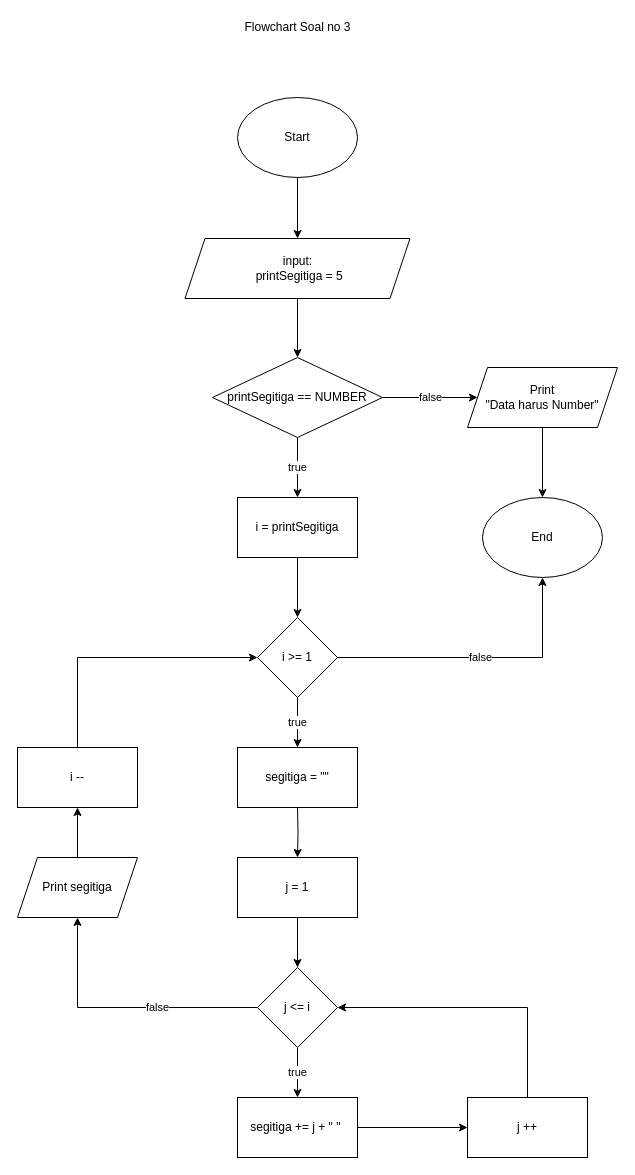
The draw.io diagram soal3SegitgaAngka.drawio in rintosaputro/fw5-additional-flowchart, before the edit. Source tidied: cells renumbered, new cells numbered last; positions are measured from the earlier drawing's top-left corner, leaving out a move shared by most shapes. Both pictures are drawn from the tidied source at 100%, with x=0, y=0 at pixel (17, 17).
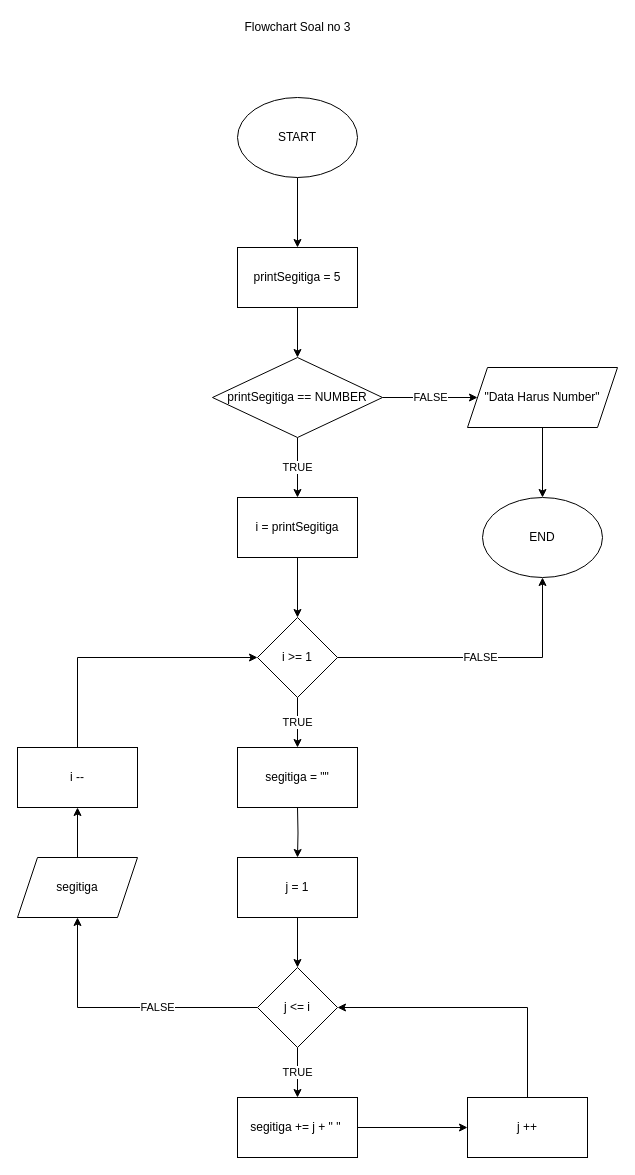
After the change.

Commit message (it also covers changes not shown here):
Perbaikan Keyword dan simbol

Unchanged cells that the change refers to:
```xml
<mxCell id="9" value="printSegitiga == NUMBER" style="rhombus;whiteSpace=wrap;html=1;" parent="1" vertex="1">
  <mxGeometry x="195" y="340" width="170" height="80" as="geometry" />
</mxCell>
<mxCell id="14" value="i = printSegitiga" style="rounded=0;whiteSpace=wrap;html=1;" parent="1" vertex="1">
  <mxGeometry x="220" y="480" width="120" height="60" as="geometry" />
</mxCell>
<mxCell id="17" value="i &amp;gt;= 1" style="rhombus;whiteSpace=wrap;html=1;" parent="1" vertex="1">
  <mxGeometry x="240" y="600" width="80" height="80" as="geometry" />
</mxCell>
<mxCell id="21" value="j &amp;lt;= i" style="rhombus;whiteSpace=wrap;html=1;" parent="1" vertex="1">
  <mxGeometry x="240" y="950" width="80" height="80" as="geometry" />
</mxCell>
<mxCell id="25" value="segitiga += j + &quot; &quot;&amp;nbsp;" style="rounded=0;whiteSpace=wrap;html=1;" parent="1" vertex="1">
  <mxGeometry x="220" y="1080" width="120" height="60" as="geometry" />
</mxCell>
```

Change to the diagram source:
```diff
@@
-    <mxCell id="3" style="edgeStyle=orthogonalEdgeStyle;rounded=0;jettySize=auto;html=1;" parent="1" edge="1" source="4" target="6">
+    <mxCell id="3" style="edgeStyle=orthogonalEdgeStyle;rounded=0;jettySize=auto;html=1;entryX=0.5;entryY=0;entryDx=0;entryDy=0;" parent="1" edge="1" source="4" target="33">
       <mxGeometry relative="1" as="geometry" />
     </mxCell>
-    <mxCell id="4" value="Start" style="ellipse;whiteSpace=wrap;html=1;" parent="1" vertex="1">
+    <mxCell id="4" value="START" style="ellipse;whiteSpace=wrap;html=1;" parent="1" vertex="1">
       <mxGeometry x="220" y="80" width="120" height="80" as="geometry" />
     </mxCell>
-    <mxCell id="5" style="edgeStyle=orthogonalEdgeStyle;rounded=0;jettySize=auto;html=1;" parent="1" edge="1" source="6">
+    <mxCell id="5" style="edgeStyle=orthogonalEdgeStyle;rounded=0;orthogonalLoop=1;jettySize=auto;html=1;" parent="1" edge="1">
       <mxGeometry relative="1" as="geometry">
+        <mxPoint x="280" y="281" as="sourcePoint" />
         <mxPoint x="280" y="340" as="targetPoint" />
       </mxGeometry>
     </mxCell>
-    <mxCell id="6" value="input:&lt;br&gt;&amp;nbsp;printSegitiga = 5" style="shape=parallelogram;perimeter=parallelogramPerimeter;whiteSpace=wrap;html=1;fixedSize=1;" parent="1" vertex="1">
-      <mxGeometry x="167.5" y="221" width="225" height="60" as="geometry" />
-    </mxCell>
-    <mxCell id="7" value="false" style="edgeStyle=orthogonalEdgeStyle;rounded=0;jettySize=auto;html=1;" parent="1" edge="1" source="9" target="11">
+    <mxCell id="7" value="FALSE" style="edgeStyle=orthogonalEdgeStyle;rounded=0;jettySize=auto;html=1;" parent="1" edge="1" source="9" target="11">
       <mxGeometry relative="1" as="geometry" />
     </mxCell>
-    <mxCell id="8" value="true" style="edgeStyle=orthogonalEdgeStyle;rounded=0;jettySize=auto;html=1;" parent="1" edge="1" source="9" target="14">
+    <mxCell id="8" value="TRUE" style="edgeStyle=orthogonalEdgeStyle;rounded=0;jettySize=auto;html=1;" parent="1" edge="1" source="9" target="14">
       <mxGeometry relative="1" as="geometry" />
     </mxCell>
@@
-    <mxCell id="11" value="Print &lt;br&gt;&quot;Data harus Number&quot;" style="shape=parallelogram;perimeter=parallelogramPerimeter;whiteSpace=wrap;html=1;fixedSize=1;" parent="1" vertex="1">
+    <mxCell id="11" value="&quot;Data Harus Number&quot;" style="shape=parallelogram;perimeter=parallelogramPerimeter;whiteSpace=wrap;html=1;fixedSize=1;" parent="1" vertex="1">
       <mxGeometry x="450" y="350" width="150" height="60" as="geometry" />
     </mxCell>
-    <mxCell id="12" value="End" style="ellipse;whiteSpace=wrap;html=1;" parent="1" vertex="1">
+    <mxCell id="12" value="END" style="ellipse;whiteSpace=wrap;html=1;" parent="1" vertex="1">
       <mxGeometry x="465" y="480" width="120" height="80" as="geometry" />
     </mxCell>
@@
-    <mxCell id="15" value="true" style="edgeStyle=orthogonalEdgeStyle;rounded=0;jettySize=auto;html=1;" parent="1" edge="1" source="17">
+    <mxCell id="15" value="TRUE" style="edgeStyle=orthogonalEdgeStyle;rounded=0;jettySize=auto;html=1;" parent="1" edge="1" source="17">
       <mxGeometry relative="1" as="geometry">
         <mxPoint x="280" y="730" as="targetPoint" />
       </mxGeometry>
     </mxCell>
-    <mxCell id="16" value="false" style="edgeStyle=orthogonalEdgeStyle;rounded=0;jettySize=auto;html=1;entryX=0.5;entryY=1;entryDx=0;entryDy=0;" parent="1" edge="1" source="17" target="12">
+    <mxCell id="16" value="FALSE" style="edgeStyle=orthogonalEdgeStyle;rounded=0;jettySize=auto;html=1;entryX=0.5;entryY=1;entryDx=0;entryDy=0;" parent="1" edge="1" source="17" target="12">
       <mxGeometry relative="1" as="geometry" />
     </mxCell>
@@
-    <mxCell id="19" value="true" style="edgeStyle=orthogonalEdgeStyle;rounded=0;jettySize=auto;html=1;" parent="1" edge="1" source="21" target="25">
+    <mxCell id="19" value="TRUE" style="edgeStyle=orthogonalEdgeStyle;rounded=0;jettySize=auto;html=1;" parent="1" edge="1" source="21" target="25">
       <mxGeometry relative="1" as="geometry" />
     </mxCell>
-    <mxCell id="20" value="false" style="edgeStyle=orthogonalEdgeStyle;rounded=0;jettySize=auto;html=1;" parent="1" edge="1" source="21" target="31">
+    <mxCell id="20" value="FALSE" style="edgeStyle=orthogonalEdgeStyle;rounded=0;jettySize=auto;html=1;" parent="1" edge="1" source="21" target="31">
       <mxGeometry x="-0.26" relative="1" as="geometry" />
     </mxCell>
@@
-    <mxCell id="31" value="Print segitiga" style="shape=parallelogram;perimeter=parallelogramPerimeter;whiteSpace=wrap;html=1;fixedSize=1;" parent="1" vertex="1">
+    <mxCell id="31" value="segitiga" style="shape=parallelogram;perimeter=parallelogramPerimeter;whiteSpace=wrap;html=1;fixedSize=1;" parent="1" vertex="1">
       <mxGeometry y="840" width="120" height="60" as="geometry" />
     </mxCell>
@@
+    <mxCell id="33" value="&lt;span&gt;printSegitiga = 5&lt;/span&gt;" style="rounded=0;whiteSpace=wrap;html=1;" parent="1" vertex="1">
+      <mxGeometry x="220" y="230" width="120" height="60" as="geometry" />
+    </mxCell>
```
